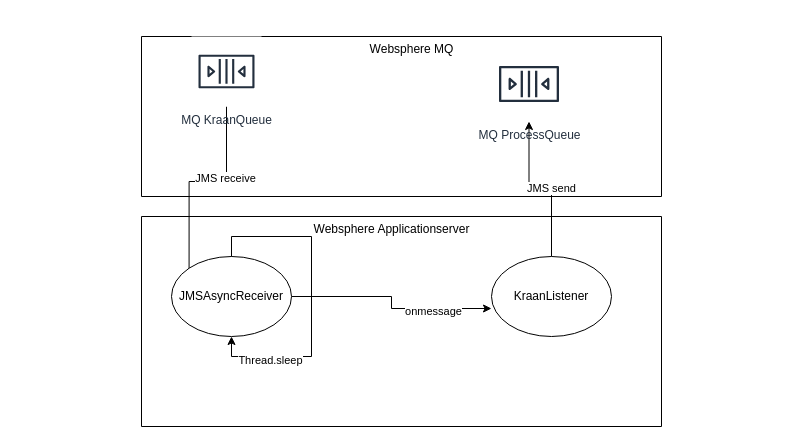
goos76/cz keeps this draw.io diagram as models/kraan.drawio. Above is the earlier version. Source tidied: cells renumbered, new cells numbered last; positions are measured from the earlier drawing's top-left corner, leaving out a move shared by most shapes. Both pictures are drawn from the tidied source at 100%, with x=0, y=0 at pixel (141, 34).
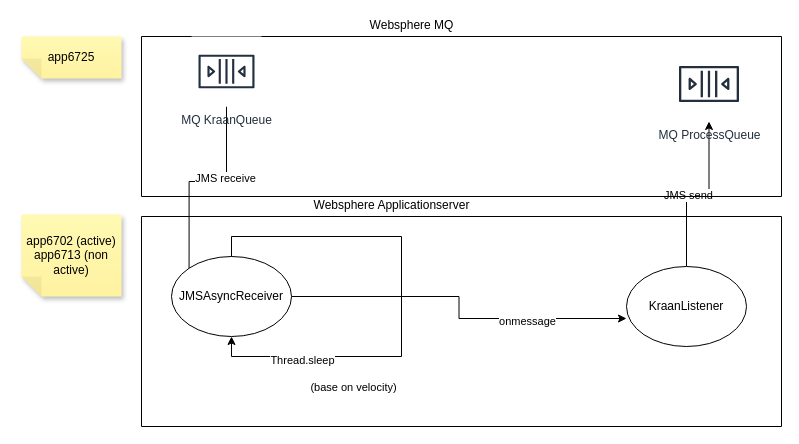
The same page after the edit.

The change refers to these unchanged cells:
```xml
<mxCell id="6" value="JMSAsyncReceiver" style="ellipse;whiteSpace=wrap;html=1;" parent="1" vertex="1">
  <mxGeometry x="30" y="222" width="120" height="80" as="geometry" />
</mxCell>
```

The edit, as a diff of the source:
```diff
@@
-    <mxCell id="9" value="KraanListener" style="ellipse;whiteSpace=wrap;html=1;" parent="1" vertex="1">
-      <mxGeometry x="350" y="222" width="120" height="80" as="geometry" />
-    </mxCell>
     <mxCell id="10" style="edgeStyle=orthogonalEdgeStyle;rounded=0;orthogonalLoop=1;jettySize=auto;html=1;entryX=0.5;entryY=1;entryDx=0;entryDy=0;" parent="1" edge="1" source="6" target="6">
-      <mxGeometry relative="1" as="geometry" />
+      <mxGeometry relative="1" as="geometry">
+        <Array as="points">
+          <mxPoint x="90" y="202" />
+          <mxPoint x="260" y="202" />
+          <mxPoint x="260" y="322" />
+          <mxPoint x="90" y="322" />
+        </Array>
+      </mxGeometry>
     </mxCell>
@@
+    <mxCell id="18" value="(base on velocity)" style="edgeLabel;html=1;align=center;verticalAlign=middle;" parent="10" vertex="1">
+      <mxGeometry x="0.42" y="6" relative="1" as="geometry">
+        <mxPoint x="-4" y="24" as="offset" />
+      </mxGeometry>
+    </mxCell>
     <mxCell id="12" style="swimlane;startSize=0;" parent="1" vertex="1">
-      <mxGeometry y="182" width="520" height="210" as="geometry" />
+      <mxGeometry y="182" width="640" height="210" as="geometry" />
     </mxCell>
+    <mxCell id="9" value="KraanListener" style="ellipse;whiteSpace=wrap;html=1;" parent="12" vertex="1">
+      <mxGeometry x="485" y="50" width="120" height="80" as="geometry" />
+    </mxCell>
     <mxCell id="13" style="swimlane;startSize=0;labelPosition=center;verticalLabelPosition=top;align=center;verticalAlign=bottom;" parent="1" vertex="1">
-      <mxGeometry y="2" width="520" height="160" as="geometry" />
+      <mxGeometry y="2" width="640" height="160" as="geometry" />
     </mxCell>
     <mxCell id="14" value="MQ ProcessQueue" style="sketch=0;outlineConnect=0;fontColor=#232F3E;gradientColor=none;strokeColor=#232F3E;fillColor=#ffffff;dashed=0;verticalLabelPosition=bottom;verticalAlign=top;align=center;html=1;fontSize=12;fontStyle=0;shape=mxgraph.aws4.resourceIcon;resIcon=mxgraph.aws4.queue;" parent="13" vertex="1">
-      <mxGeometry x="350" y="10" width="75" height="75" as="geometry" />
+      <mxGeometry x="530" y="10" width="75" height="75" as="geometry" />
     </mxCell>
@@
-    <mxCell id="16" value="Websphere MQ" style="text;html=1;align=center;verticalAlign=middle;strokeColor=none;fillColor=none;" parent="1" vertex="1">
+    <mxCell id="16" value="Websphere MQ" style="text;html=1;align=center;verticalAlign=bottom;strokeColor=none;fillColor=none;labelPosition=center;verticalLabelPosition=top;" parent="1" vertex="1">
       <mxGeometry x="215" width="110" height="30" as="geometry" />
     </mxCell>
-    <mxCell id="17" value="Websphere Applicationserver&lt;br&gt;" style="text;html=1;align=center;verticalAlign=middle;strokeColor=none;fillColor=none;" parent="1" vertex="1">
+    <mxCell id="17" value="Websphere Applicationserver&lt;br&gt;" style="text;html=1;align=center;verticalAlign=bottom;strokeColor=none;fillColor=none;labelPosition=center;verticalLabelPosition=top;" parent="1" vertex="1">
       <mxGeometry x="160" y="180" width="180" height="30" as="geometry" />
     </mxCell>
+    <mxCell id="19" value="app6725" style="shape=note;whiteSpace=wrap;html=1;backgroundOutline=1;fontColor=#000000;darkOpacity=0.05;fillColor=#FFF9B2;strokeColor=none;fillStyle=solid;direction=west;gradientDirection=north;gradientColor=#FFF2A1;shadow=1;size=20;" parent="1" vertex="1">
+      <mxGeometry x="-120" y="2" width="100" height="42" as="geometry" />
+    </mxCell>
+    <mxCell id="20" value="app6702 (active) app6713 (non active)" style="shape=note;whiteSpace=wrap;html=1;backgroundOutline=1;fontColor=#000000;darkOpacity=0.05;fillColor=#FFF9B2;strokeColor=none;fillStyle=solid;direction=west;gradientDirection=north;gradientColor=#FFF2A1;shadow=1;size=20;" parent="1" vertex="1">
+      <mxGeometry x="-120" y="180" width="100" height="82" as="geometry" />
+    </mxCell>
```
